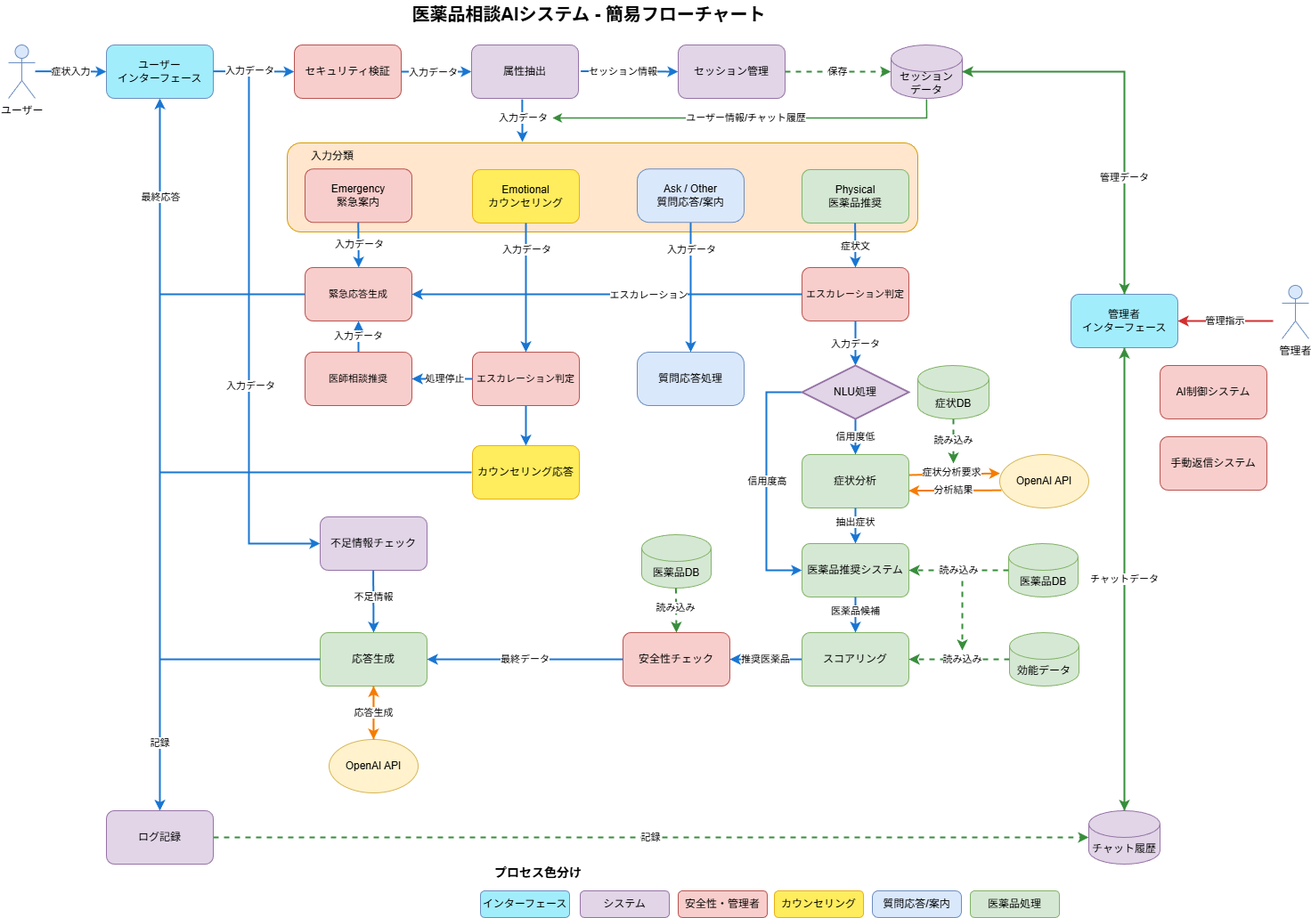
Above: docs/未踏/docs/image/flowchart.png in 32Lwk/medicine-recommend-system (draw.io), before the change. Source tidied: cells renumbered, new cells last; positions are measured from the earlier drawing's top-left corner, leaving out a move shared by most shapes.
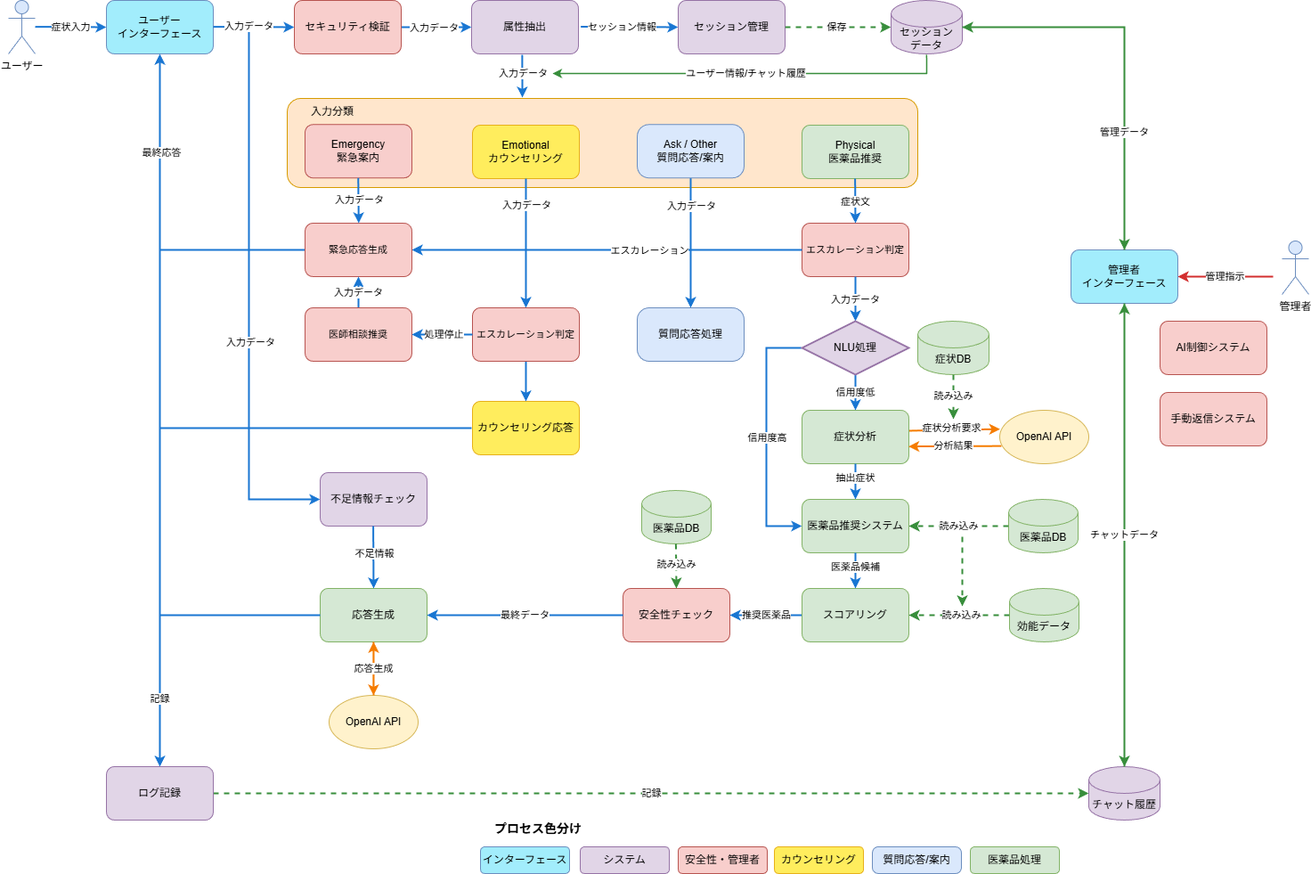
Above is the later version.

Commit message:
未踏提案書の更新: flowchart修正、competition画像追加、proposal.tex更新

What changed in the source:
```diff
@@ -29,9 +29,6 @@
     <mxCell id="7" style="rounded=1;whiteSpace=wrap;html=1;fillColor=#ffe6cc;strokeColor=#d79b00;" parent="1" vertex="1">
       <mxGeometry x="313" y="160" width="708" height="100" as="geometry" />
     </mxCell>
-    <mxCell id="8" value="医薬品相談AIシステム - 簡易フローチャート" style="text;html=1;strokeColor=none;fillColor=none;align=center;verticalAlign=middle;whiteSpace=wrap;rounded=0;fontSize=20;fontStyle=1;" parent="1" vertex="1">
-      <mxGeometry x="452" width="400" height="30" as="geometry" />
-    </mxCell>
     <mxCell id="9" value="ユーザー" style="shape=umlActor;verticalLabelPosition=bottom;verticalAlign=top;html=1;fillColor=#dae8fc;strokeColor=#6c8ebf;" parent="1" vertex="1">
       <mxGeometry y="50" width="30" height="60" as="geometry" />
     </mxCell>
```
